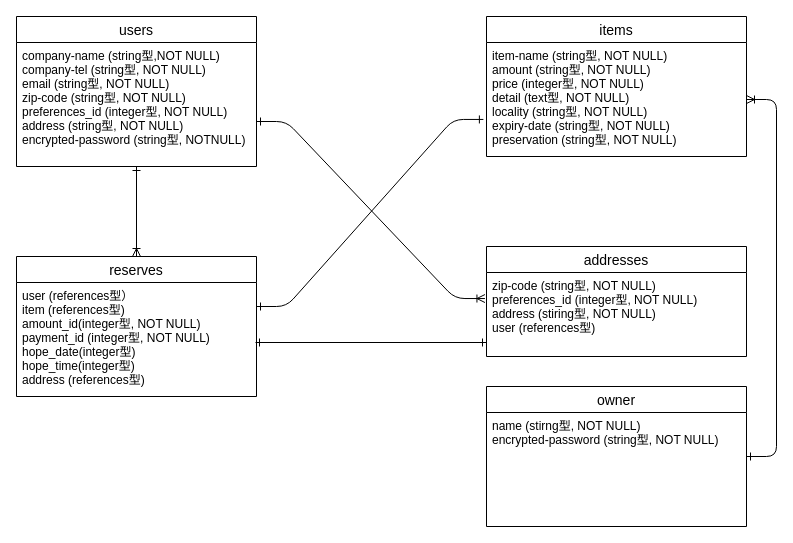
Earlier version of the draw.io diagram page "ページ1" (1 of 2) of meat.dio (Jun-Tagami/beginner-s-butcher-shop). Source tidied: cells renumbered, new cells numbered last; positions are measured from the earlier drawing's top-left corner, leaving out a move shared by most shapes. Both pictures are drawn from the tidied source at 100%, with x=0, y=0 at pixel (16, 16).
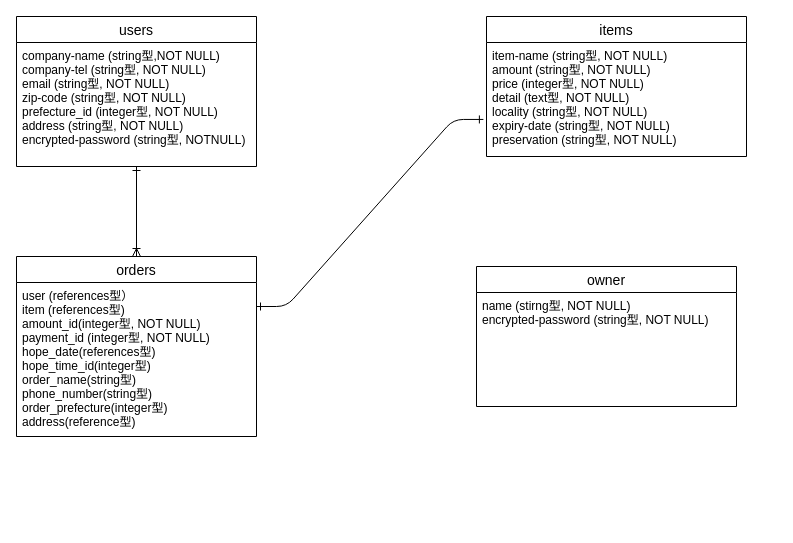
Above is the later version.

Diff of the diagram source:
```diff
@@
 <mxGraphModel>
   <root>
     <mxCell id="0" />
     <mxCell id="1" parent="0" />
     <mxCell id="2" value="users" style="swimlane;fontStyle=0;horizontal=1;startSize=26;align=center;fontSize=14;" parent="1" vertex="1">
       <mxGeometry width="240" height="150" as="geometry" />
     </mxCell>
-    <mxCell id="3" value="company-name (string型,NOT NULL)&#10;company-tel (string型, NOT NULL)&#10;email (string型, NOT NULL)&#10;zip-code (string型, NOT NULL)&#10;preferences_id (integer型, NOT NULL)&#10;address (string型, NOT NULL)&#10;encrypted-password (string型, NOTNULL)" style="text;strokeColor=none;fillColor=none;spacingLeft=4;spacingRight=4;overflow=hidden;points=[[0,0.5],[1,0.5]];portConstraint=eastwest;fontSize=12;" parent="2" vertex="1">
+    <mxCell id="3" value="company-name (string型,NOT NULL)&#10;company-tel (string型, NOT NULL)&#10;email (string型, NOT NULL)&#10;zip-code (string型, NOT NULL)&#10;prefecture_id (integer型, NOT NULL)&#10;address (string型, NOT NULL)&#10;encrypted-password (string型, NOTNULL)" style="text;strokeColor=none;fillColor=none;spacingLeft=4;spacingRight=4;overflow=hidden;points=[[0,0.5],[1,0.5]];portConstraint=eastwest;fontSize=12;" parent="2" vertex="1">
       <mxGeometry y="26" width="240" height="124" as="geometry" />
     </mxCell>
     <mxCell id="4" value="items" style="swimlane;fontStyle=0;horizontal=1;startSize=26;align=center;fontSize=14;" parent="1" vertex="1">
       <mxGeometry x="470" width="260" height="140" as="geometry" />
     </mxCell>
     <mxCell id="5" value="item-name (string型, NOT NULL)&#10;amount (string型, NOT NULL)&#10;price (integer型, NOT NULL)&#10;detail (text型, NOT NULL)&#10;locality (string型, NOT NULL)&#10;expiry-date (string型, NOT NULL)&#10;preservation (string型, NOT NULL)" style="text;strokeColor=none;fillColor=none;spacingLeft=4;spacingRight=4;overflow=hidden;points=[[0,0.5],[1,0.5]];portConstraint=eastwest;fontSize=12;" parent="4" vertex="1">
       <mxGeometry y="26" width="260" height="114" as="geometry" />
     </mxCell>
-    <mxCell id="6" value="addresses" style="swimlane;fontStyle=0;horizontal=1;startSize=26;align=center;fontSize=14;" parent="1" vertex="1">
-      <mxGeometry x="470" y="230" width="260" height="110" as="geometry" />
-    </mxCell>
-    <mxCell id="7" value="zip-code (string型, NOT NULL)&#10;preferences_id (integer型, NOT NULL)&#10;address (stiring型, NOT NULL)&#10;user (references型)&#10;&#10;" style="text;strokeColor=none;fillColor=none;spacingLeft=4;spacingRight=4;overflow=hidden;points=[[0,0.5],[1,0.5]];portConstraint=eastwest;fontSize=12;" parent="6" vertex="1">
-      <mxGeometry y="26" width="260" height="84" as="geometry" />
-    </mxCell>
-    <mxCell id="8" value="reserves" style="swimlane;fontStyle=0;horizontal=1;startSize=26;align=center;fontSize=14;" parent="1" vertex="1">
-      <mxGeometry y="240" width="240" height="140" as="geometry" />
+    <mxCell id="8" value="orders" style="swimlane;fontStyle=0;horizontal=1;startSize=26;align=center;fontSize=14;" parent="1" vertex="1">
+      <mxGeometry y="240" width="240" height="180" as="geometry" />
     </mxCell>
-    <mxCell id="9" value="user (references型）&#10;item (references型)&#10;amount_id(integer型, NOT NULL)&#10;payment_id (integer型, NOT NULL)&#10;hope_date(integer型)&#10;hope_time(integer型)&#10;address (references型)&#10;&#10;" style="text;strokeColor=none;fillColor=none;spacingLeft=4;spacingRight=4;overflow=hidden;fontSize=12;" parent="8" vertex="1">
-      <mxGeometry y="26" width="240" height="114" as="geometry" />
+    <mxCell id="9" value="user (references型）&#10;item (references型)&#10;amount_id(integer型, NOT NULL)&#10;payment_id (integer型, NOT NULL)&#10;hope_date(references型)&#10;hope_time_id(integer型)&#10;order_name(string型)&#10;phone_number(string型)&#10;order_prefecture(integer型)&#10;address(reference型)" style="text;strokeColor=none;fillColor=none;spacingLeft=4;spacingRight=4;overflow=hidden;fontSize=12;" parent="8" vertex="1">
+      <mxGeometry y="26" width="240" height="154" as="geometry" />
     </mxCell>
-    <mxCell id="10" style="fontSize=12;html=1;endArrow=ERone;endFill=0;targetPerimeterSpacing=6;sourcePerimeterSpacing=6;startArrow=ERone;startFill=0;exitX=0.994;exitY=0.14;exitDx=0;exitDy=0;exitPerimeter=0;" parent="1" edge="1">
-      <mxGeometry relative="1" as="geometry">
-        <mxPoint x="239" y="326" as="sourcePoint" />
-        <mxPoint x="470" y="326" as="targetPoint" />
-      </mxGeometry>
-    </mxCell>
     <mxCell id="11" style="fontSize=12;html=1;endArrow=ERone;endFill=1;startArrow=ERoneToMany;startFill=0;exitX=0.5;exitY=0;exitDx=0;exitDy=0;entryX=0.5;entryY=1;entryDx=0;entryDy=0;entryPerimeter=0;" parent="1" edge="1" source="8" target="3">
       <mxGeometry relative="1" as="geometry" />
     </mxCell>
-    <mxCell id="12" style="edgeStyle=entityRelationEdgeStyle;fontSize=12;html=1;endArrow=ERoneToMany;startArrow=ERone;startFill=0;endFill=0;entryX=-0.006;entryY=0.31;entryDx=0;entryDy=0;entryPerimeter=0;" parent="1" edge="1" target="7">
-      <mxGeometry relative="1" as="geometry">
-        <mxPoint x="240" y="105" as="sourcePoint" />
-      </mxGeometry>
-    </mxCell>
     <mxCell id="13" style="edgeStyle=entityRelationEdgeStyle;fontSize=12;html=1;endArrow=ERone;entryX=-0.012;entryY=0.675;entryDx=0;entryDy=0;entryPerimeter=0;startArrow=ERone;startFill=0;endFill=0;" parent="1" edge="1" target="5">
       <mxGeometry relative="1" as="geometry">
         <mxPoint x="240" y="290" as="sourcePoint" />
       </mxGeometry>
     </mxCell>
-    <mxCell id="14" style="edgeStyle=entityRelationEdgeStyle;fontSize=12;html=1;endArrow=ERoneToMany;startArrow=ERone;startFill=0;" parent="1" edge="1" target="5">
-      <mxGeometry relative="1" as="geometry">
-        <mxPoint x="730" y="440" as="sourcePoint" />
-      </mxGeometry>
-    </mxCell>
     <mxCell id="15" value="owner" style="swimlane;fontStyle=0;horizontal=1;startSize=26;align=center;fontSize=14;" parent="1" vertex="1">
-      <mxGeometry x="470" y="370" width="260" height="140" as="geometry" />
+      <mxGeometry x="460" y="250" width="260" height="140" as="geometry" />
     </mxCell>
     <mxCell id="16" value="name (stirng型, NOT NULL)&#10;encrypted-password (string型, NOT NULL)&#10;" style="text;strokeColor=none;fillColor=none;spacingLeft=4;spacingRight=4;overflow=hidden;fontSize=12;" parent="15" vertex="1">
       <mxGeometry y="26" width="260" height="114" as="geometry" />
     </mxCell>
   </root>
 </mxGraphModel>
```
